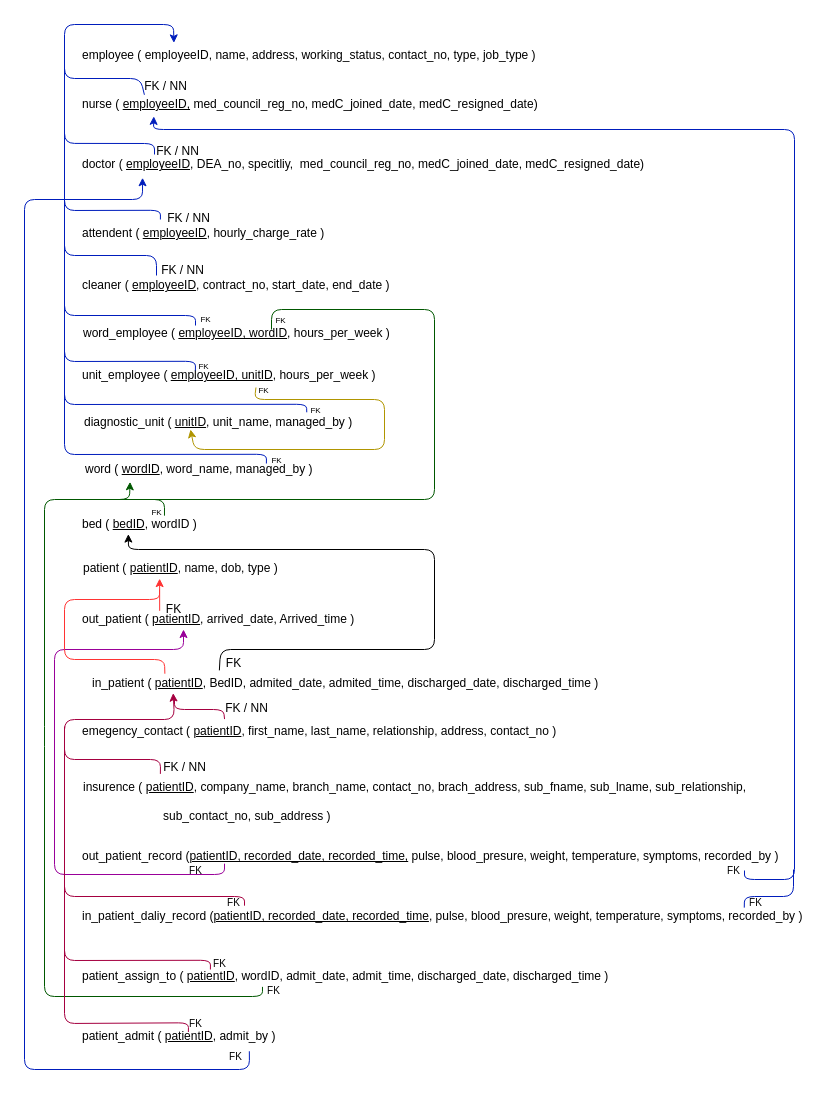
Earlier version of the draw.io diagram page "RM Page 1" (2 of 3) of ERD_and _Relational_mapping/G28-2.drawio (Janithpm/1203AssignmentGroup28). Source tidied: cells renumbered, new cells numbered last; positions are measured from the earlier drawing's top-left corner, leaving out a move shared by most shapes. Both pictures are drawn from the tidied source at 100%, with x=0, y=0 at pixel (24, 24).
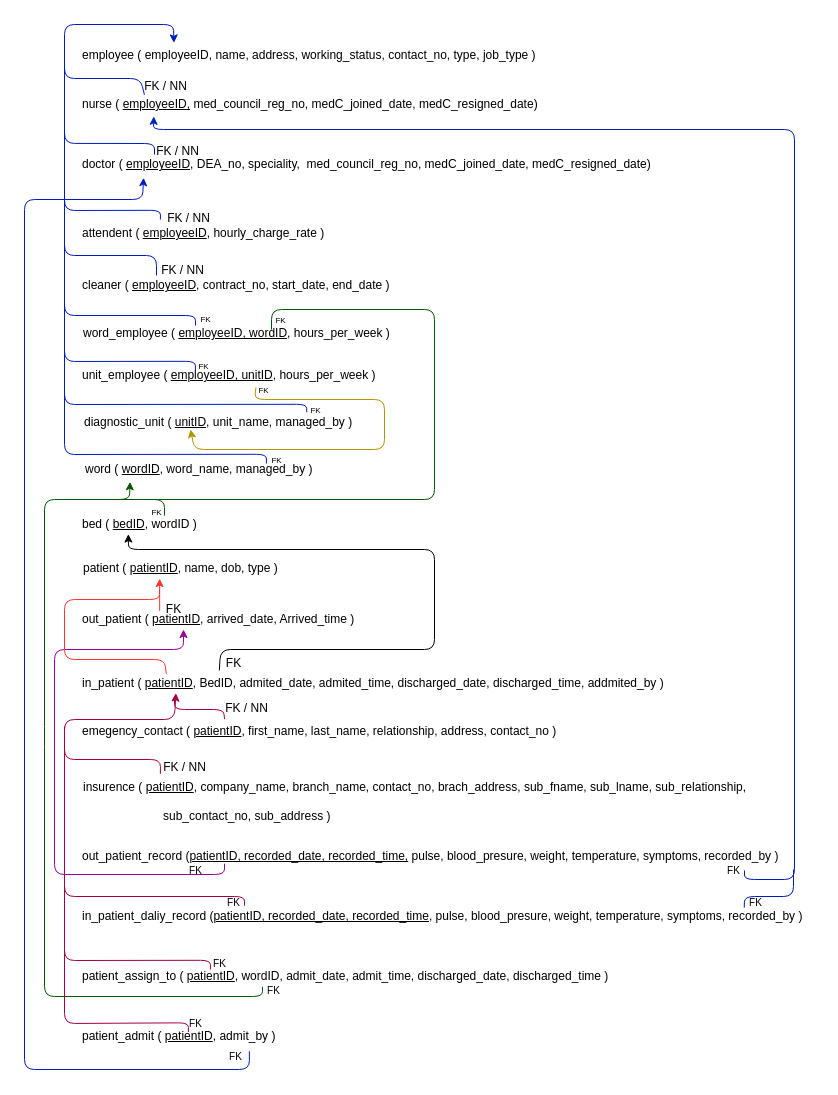
Above is the later version.

What changed in the source:
```diff
@@
-    <mxCell id="2" value="&lt;font style=&quot;font-size: 12px&quot;&gt;in_patient ( &lt;u&gt;patientID&lt;/u&gt;, BedID, admited_date, admited_time,&amp;nbsp;discharged_date, discharged_time )&lt;br&gt;&lt;/font&gt;" style="text;html=1;align=left;verticalAlign=middle;points=[];strokeColor=none;fillColor=none;" parent="1" vertex="1">
-      <mxGeometry x="66" y="649" width="520" height="20" as="geometry" />
+    <mxCell id="2" value="&lt;font style=&quot;font-size: 12px&quot;&gt;in_patient ( &lt;u&gt;patientID&lt;/u&gt;, BedID, admited_date, admited_time,&amp;nbsp;discharged_date, discharged_time, addmited_by )&lt;br&gt;&lt;/font&gt;" style="text;html=1;align=left;verticalAlign=middle;points=[];strokeColor=none;fillColor=none;" parent="1" vertex="1">
+      <mxGeometry x="56" y="649" width="600" height="20" as="geometry" />
     </mxCell>
@@
-    <mxCell id="10" value="doctor ( &lt;u&gt;employeeID&lt;/u&gt;, DEA_no, specitliy,&amp;nbsp; med_council_reg_no, medC_joined_date, medC_resigned_date)&amp;nbsp;" style="text;html=1;align=left;verticalAlign=middle;points=[];strokeColor=none;fillColor=none;" parent="1" vertex="1">
-      <mxGeometry x="56" y="130" width="580" height="20" as="geometry" />
+    <mxCell id="10" value="doctor ( &lt;u&gt;employeeID&lt;/u&gt;, DEA_no, speciality,&amp;nbsp; med_council_reg_no, medC_joined_date, medC_resigned_date)&amp;nbsp;" style="text;html=1;align=left;verticalAlign=middle;points=[];strokeColor=none;fillColor=none;" parent="1" vertex="1">
+      <mxGeometry x="56" y="130" width="590" height="20" as="geometry" />
     </mxCell>
```
